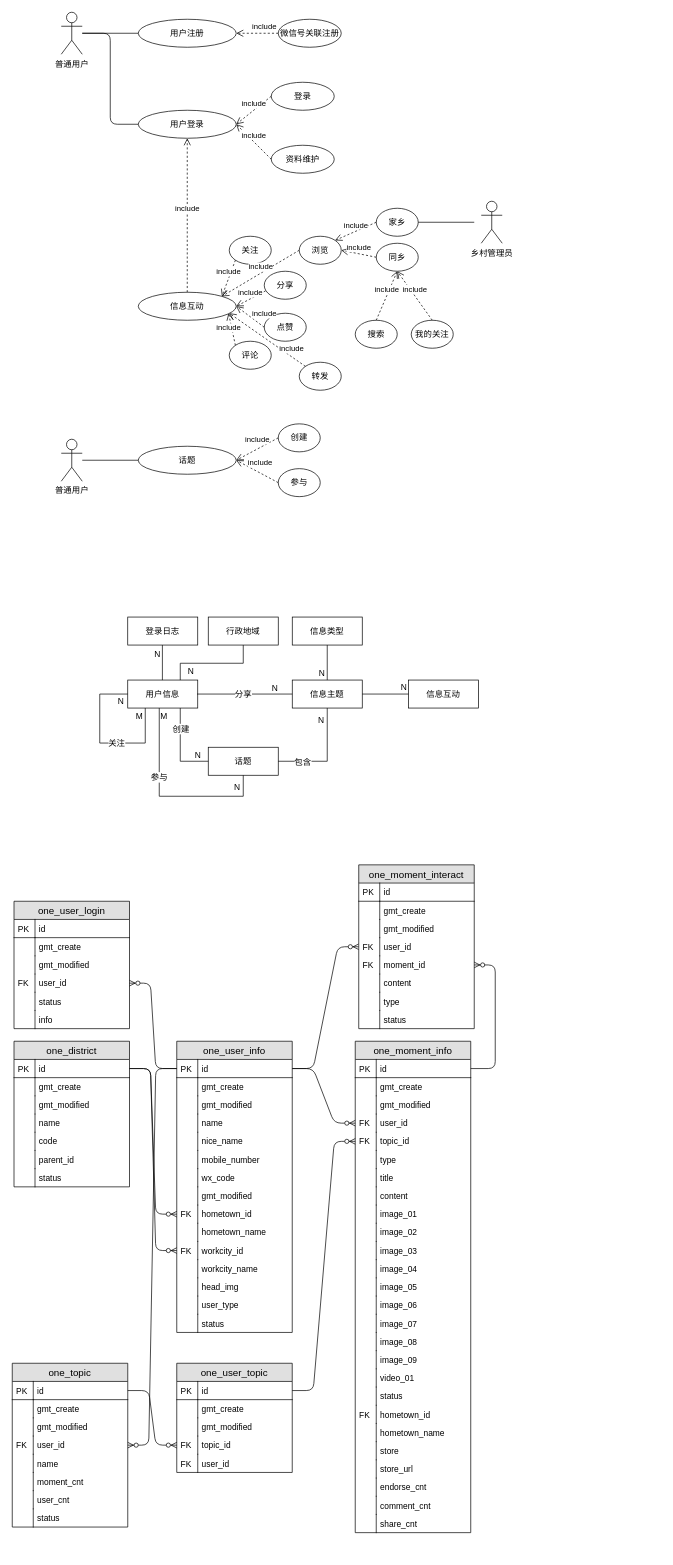
Earlier version of the draw.io diagram 未命名绘图.drawio (trey03/draw). Source tidied: cells renumbered, new cells numbered last; positions are measured from the earlier drawing's top-left corner, leaving out a move shared by most shapes. Both pictures are drawn from the tidied source at 70%, with x=0, y=0 at pixel (12, 12).
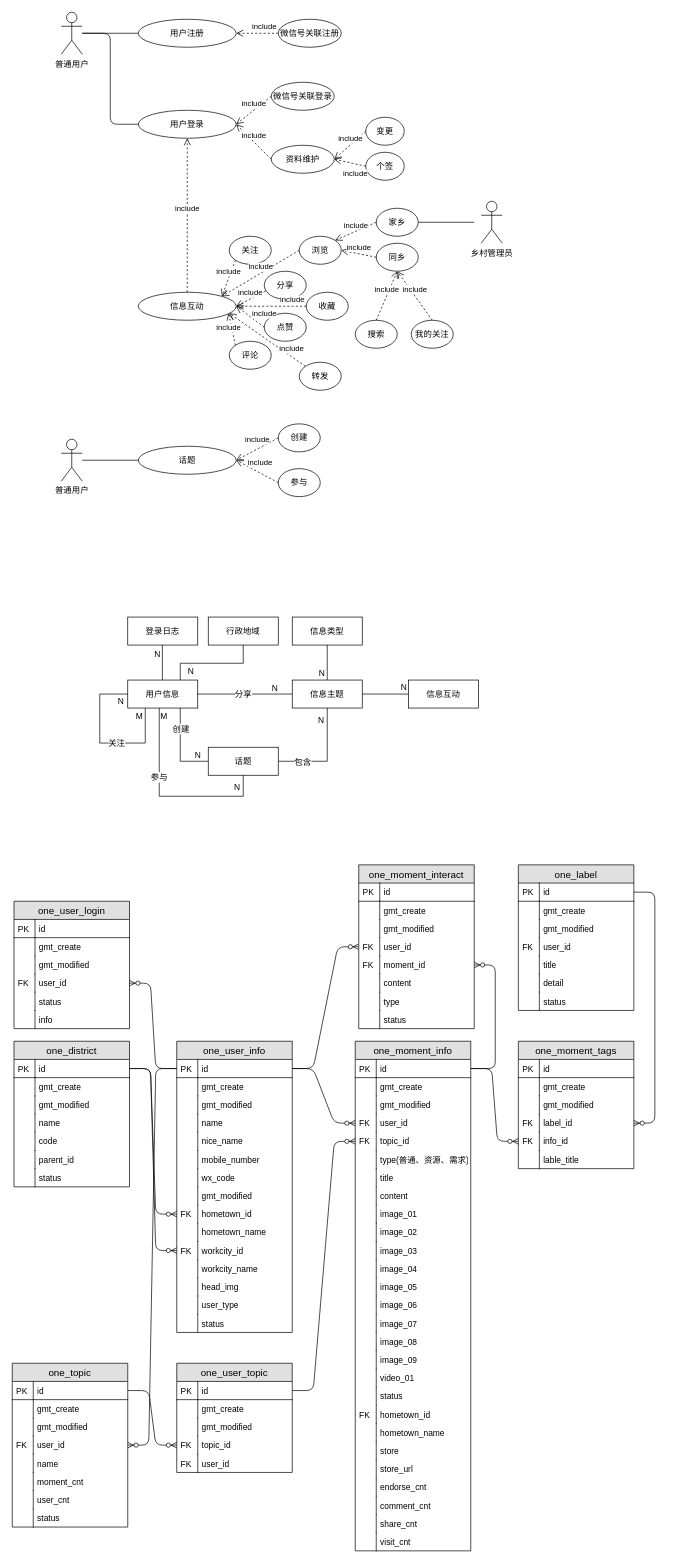
The same page after the edit.

Commit message:
更新未命名绘图.drawio

The change refers to these unchanged cells:
```xml
<mxCell id="11" value="信息互动" style="ellipse;whiteSpace=wrap;html=1;" parent="1" vertex="1">
  <mxGeometry x="180" y="400" width="140" height="40" as="geometry" />
</mxCell>
<mxCell id="30" value="资料维护" style="ellipse;whiteSpace=wrap;html=1;" parent="1" vertex="1">
  <mxGeometry x="370" y="190" width="90" height="40" as="geometry" />
</mxCell>
<mxCell id="142" value="id" style="shape=partialRectangle;top=0;left=0;right=0;bottom=1;align=left;verticalAlign=top;fillColor=none;spacingLeft=34;spacingRight=4;overflow=hidden;points=[[0,0.5],[1,0.5]];portConstraint=eastwest;fontSize=12;" parent="141" vertex="1">
  <mxGeometry y="26" width="165" height="26" as="geometry" />
</mxCell>
```

The edit, as a diff of the source:
```diff
@@
-    <mxCell id="32" value="登录" style="ellipse;whiteSpace=wrap;html=1;" parent="1" vertex="1">
+    <mxCell id="32" value="微信号关联登录" style="ellipse;whiteSpace=wrap;html=1;" parent="1" vertex="1">
       <mxGeometry x="370" y="100" width="90" height="40" as="geometry" />
     </mxCell>
@@
     <mxCell id="141" value="one_moment_info" style="swimlane;fontStyle=0;horizontal=1;startSize=26;fillColor=#e0e0e0;swimlaneFillColor=#ffffff;align=center;fontSize=14;" parent="1" vertex="1">
-      <mxGeometry x="490" y="1470" width="165" height="702" as="geometry" />
+      <mxGeometry x="490" y="1470" width="165" height="728" as="geometry" />
     </mxCell>
@@
-    <mxCell id="152" value="type" style="shape=partialRectangle;top=0;left=0;right=0;bottom=0;align=left;verticalAlign=top;fillColor=none;spacingLeft=34;spacingRight=4;overflow=hidden;fontSize=12;" parent="141" vertex="1">
+    <mxCell id="152" value="type(普通、资源、需求)" style="shape=partialRectangle;top=0;left=0;right=0;bottom=0;align=left;verticalAlign=top;fillColor=none;spacingLeft=34;spacingRight=4;overflow=hidden;fontSize=12;" parent="141" vertex="1">
       <mxGeometry y="156" width="165" height="26" as="geometry" />
     </mxCell>
@@
+    <mxCell id="244" value="share_cnt" style="shape=partialRectangle;top=0;left=0;right=0;bottom=0;align=left;verticalAlign=top;fillColor=none;spacingLeft=34;spacingRight=4;overflow=hidden;fontSize=12;" parent="141" vertex="1">
+      <mxGeometry y="676" width="165" height="26" as="geometry" />
+    </mxCell>
+    <mxCell id="245" style="shape=partialRectangle;top=0;left=0;bottom=0;fillColor=none;align=left;verticalAlign=top;spacingLeft=4;spacingRight=4;overflow=hidden;fontSize=12;" parent="244" vertex="1">
+      <mxGeometry width="30" height="26" as="geometry" />
+    </mxCell>
-    <mxCell id="192" value="share_cnt" style="shape=partialRectangle;top=0;left=0;right=0;bottom=0;align=left;verticalAlign=top;fillColor=none;spacingLeft=34;spacingRight=4;overflow=hidden;fontSize=12;" parent="141" vertex="1">
-      <mxGeometry y="676" width="165" height="26" as="geometry" />
+    <mxCell id="192" value="visit_cnt" style="shape=partialRectangle;top=0;left=0;right=0;bottom=0;align=left;verticalAlign=top;fillColor=none;spacingLeft=34;spacingRight=4;overflow=hidden;fontSize=12;" parent="141" vertex="1">
+      <mxGeometry y="702" width="165" height="26" as="geometry" />
     </mxCell>
@@
+    <mxCell id="246" value="收藏" style="ellipse;whiteSpace=wrap;html=1;" parent="1" vertex="1">
+      <mxGeometry x="420" y="400" width="60" height="40" as="geometry" />
+    </mxCell>
+    <mxCell id="247" value="include" style="html=1;verticalAlign=bottom;endArrow=open;dashed=1;endSize=8;exitX=0;exitY=0.5;exitDx=0;exitDy=0;entryX=1;entryY=0.5;entryDx=0;entryDy=0;" parent="1" edge="1" source="246" target="11">
+      <mxGeometry x="-0.6" relative="1" as="geometry" />
+    </mxCell>
+    <mxCell id="248" value="变更" style="ellipse;whiteSpace=wrap;html=1;" parent="1" vertex="1">
+      <mxGeometry x="505" y="150" width="55" height="40" as="geometry" />
+    </mxCell>
+    <mxCell id="249" value="个签" style="ellipse;whiteSpace=wrap;html=1;" parent="1" vertex="1">
+      <mxGeometry x="505" y="200" width="55" height="40" as="geometry" />
+    </mxCell>
+    <mxCell id="250" value="include" style="html=1;verticalAlign=bottom;endArrow=open;dashed=1;endSize=8;entryX=1;entryY=0.5;entryDx=0;entryDy=0;exitX=0;exitY=0.5;exitDx=0;exitDy=0;" parent="1" edge="1" source="248" target="30">
+      <mxGeometry relative="1" as="geometry" />
+    </mxCell>
+    <mxCell id="251" value="include" style="html=1;verticalAlign=bottom;endArrow=open;dashed=1;endSize=8;entryX=1;entryY=0.5;entryDx=0;entryDy=0;exitX=0;exitY=0.5;exitDx=0;exitDy=0;" parent="1" edge="1" source="249" target="30">
+      <mxGeometry x="-0.55" y="23" relative="1" as="geometry" />
+    </mxCell>
+    <mxCell id="252" value="one_label" style="swimlane;fontStyle=0;horizontal=1;startSize=26;fillColor=#e0e0e0;swimlaneFillColor=#ffffff;align=center;fontSize=14;" parent="1" vertex="1">
+      <mxGeometry x="723" y="1218" width="165" height="208" as="geometry" />
+    </mxCell>
+    <mxCell id="253" value="id" style="shape=partialRectangle;top=0;left=0;right=0;bottom=1;align=left;verticalAlign=top;fillColor=none;spacingLeft=34;spacingRight=4;overflow=hidden;points=[[0,0.5],[1,0.5]];portConstraint=eastwest;fontSize=12;" parent="252" vertex="1">
+      <mxGeometry y="26" width="165" height="26" as="geometry" />
+    </mxCell>
+    <mxCell id="254" value="PK" style="shape=partialRectangle;top=0;left=0;bottom=0;fillColor=none;align=left;verticalAlign=top;spacingLeft=4;spacingRight=4;overflow=hidden;fontSize=12;" parent="253" vertex="1">
+      <mxGeometry width="30" height="26" as="geometry" />
+    </mxCell>
+    <mxCell id="255" value="gmt_create" style="shape=partialRectangle;top=0;left=0;right=0;bottom=0;align=left;verticalAlign=top;fillColor=none;spacingLeft=34;spacingRight=4;overflow=hidden;fontSize=12;" parent="252" vertex="1">
+      <mxGeometry y="52" width="165" height="26" as="geometry" />
+    </mxCell>
+    <mxCell id="256" style="shape=partialRectangle;top=0;left=0;bottom=0;fillColor=none;align=left;verticalAlign=top;spacingLeft=4;spacingRight=4;overflow=hidden;fontSize=12;" parent="255" vertex="1">
+      <mxGeometry width="30" height="26" as="geometry" />
+    </mxCell>
+    <mxCell id="257" value="gmt_modified" style="shape=partialRectangle;top=0;left=0;right=0;bottom=0;align=left;verticalAlign=top;fillColor=none;spacingLeft=34;spacingRight=4;overflow=hidden;fontSize=12;" parent="252" vertex="1">
+      <mxGeometry y="78" width="165" height="26" as="geometry" />
+    </mxCell>
+    <mxCell id="258" style="shape=partialRectangle;top=0;left=0;bottom=0;fillColor=none;align=left;verticalAlign=top;spacingLeft=4;spacingRight=4;overflow=hidden;fontSize=12;" parent="257" vertex="1">
+      <mxGeometry width="30" height="26" as="geometry" />
+    </mxCell>
+    <mxCell id="259" value="user_id" style="shape=partialRectangle;top=0;left=0;right=0;bottom=0;align=left;verticalAlign=top;fillColor=none;spacingLeft=34;spacingRight=4;overflow=hidden;fontSize=12;" parent="252" vertex="1">
+      <mxGeometry y="104" width="165" height="26" as="geometry" />
+    </mxCell>
+    <mxCell id="260" value="FK" style="shape=partialRectangle;top=0;left=0;bottom=0;fillColor=none;align=left;verticalAlign=top;spacingLeft=4;spacingRight=4;overflow=hidden;fontSize=12;" parent="259" vertex="1">
+      <mxGeometry width="30" height="26" as="geometry" />
+    </mxCell>
+    <mxCell id="261" value="title" style="shape=partialRectangle;top=0;left=0;right=0;bottom=0;align=left;verticalAlign=top;fillColor=none;spacingLeft=34;spacingRight=4;overflow=hidden;fontSize=12;" parent="252" vertex="1">
+      <mxGeometry y="130" width="165" height="26" as="geometry" />
+    </mxCell>
+    <mxCell id="262" style="shape=partialRectangle;top=0;left=0;bottom=0;fillColor=none;align=left;verticalAlign=top;spacingLeft=4;spacingRight=4;overflow=hidden;fontSize=12;" parent="261" vertex="1">
+      <mxGeometry width="30" height="26" as="geometry" />
+    </mxCell>
+    <mxCell id="263" value="detail" style="shape=partialRectangle;top=0;left=0;right=0;bottom=0;align=left;verticalAlign=top;fillColor=none;spacingLeft=34;spacingRight=4;overflow=hidden;fontSize=12;" parent="252" vertex="1">
+      <mxGeometry y="156" width="165" height="26" as="geometry" />
+    </mxCell>
+    <mxCell id="264" style="shape=partialRectangle;top=0;left=0;bottom=0;fillColor=none;align=left;verticalAlign=top;spacingLeft=4;spacingRight=4;overflow=hidden;fontSize=12;" parent="263" vertex="1">
+      <mxGeometry width="30" height="26" as="geometry" />
+    </mxCell>
+    <mxCell id="265" value="status" style="shape=partialRectangle;top=0;left=0;right=0;bottom=0;align=left;verticalAlign=top;fillColor=none;spacingLeft=34;spacingRight=4;overflow=hidden;fontSize=12;" parent="252" vertex="1">
+      <mxGeometry y="182" width="165" height="26" as="geometry" />
+    </mxCell>
+    <mxCell id="266" style="shape=partialRectangle;top=0;left=0;bottom=0;fillColor=none;align=left;verticalAlign=top;spacingLeft=4;spacingRight=4;overflow=hidden;fontSize=12;" parent="265" vertex="1">
+      <mxGeometry width="30" height="26" as="geometry" />
+    </mxCell>
+    <mxCell id="267" value="one_moment_tags" style="swimlane;fontStyle=0;horizontal=1;startSize=26;fillColor=#e0e0e0;swimlaneFillColor=#ffffff;align=center;fontSize=14;" parent="1" vertex="1">
+      <mxGeometry x="723" y="1470" width="165" height="182" as="geometry" />
+    </mxCell>
+    <mxCell id="268" value="id" style="shape=partialRectangle;top=0;left=0;right=0;bottom=1;align=left;verticalAlign=top;fillColor=none;spacingLeft=34;spacingRight=4;overflow=hidden;fontSize=12;" parent="267" vertex="1">
+      <mxGeometry y="26" width="165" height="26" as="geometry" />
+    </mxCell>
+    <mxCell id="269" value="PK" style="shape=partialRectangle;top=0;left=0;bottom=0;fillColor=none;align=left;verticalAlign=top;spacingLeft=4;spacingRight=4;overflow=hidden;fontSize=12;" parent="268" vertex="1">
+      <mxGeometry width="30" height="26" as="geometry" />
+    </mxCell>
+    <mxCell id="270" value="gmt_create" style="shape=partialRectangle;top=0;left=0;right=0;bottom=0;align=left;verticalAlign=top;fillColor=none;spacingLeft=34;spacingRight=4;overflow=hidden;fontSize=12;" parent="267" vertex="1">
+      <mxGeometry y="52" width="165" height="26" as="geometry" />
+    </mxCell>
+    <mxCell id="271" style="shape=partialRectangle;top=0;left=0;bottom=0;fillColor=none;align=left;verticalAlign=top;spacingLeft=4;spacingRight=4;overflow=hidden;fontSize=12;" parent="270" vertex="1">
+      <mxGeometry width="30" height="26" as="geometry" />
+    </mxCell>
+    <mxCell id="272" value="gmt_modified" style="shape=partialRectangle;top=0;left=0;right=0;bottom=0;align=left;verticalAlign=top;fillColor=none;spacingLeft=34;spacingRight=4;overflow=hidden;fontSize=12;" parent="267" vertex="1">
+      <mxGeometry y="78" width="165" height="26" as="geometry" />
+    </mxCell>
+    <mxCell id="273" style="shape=partialRectangle;top=0;left=0;bottom=0;fillColor=none;align=left;verticalAlign=top;spacingLeft=4;spacingRight=4;overflow=hidden;fontSize=12;" parent="272" vertex="1">
+      <mxGeometry width="30" height="26" as="geometry" />
+    </mxCell>
+    <mxCell id="274" value="label_id" style="shape=partialRectangle;top=0;left=0;right=0;bottom=0;align=left;verticalAlign=top;fillColor=none;spacingLeft=34;spacingRight=4;overflow=hidden;points=[[0,0.5],[1,0.5]];portConstraint=eastwest;fontSize=12;" parent="267" vertex="1">
+      <mxGeometry y="104" width="165" height="26" as="geometry" />
+    </mxCell>
+    <mxCell id="275" value="FK" style="shape=partialRectangle;top=0;left=0;bottom=0;fillColor=none;align=left;verticalAlign=top;spacingLeft=4;spacingRight=4;overflow=hidden;fontSize=12;" parent="274" vertex="1">
+      <mxGeometry width="30" height="26" as="geometry" />
+    </mxCell>
+    <mxCell id="276" value="info_id" style="shape=partialRectangle;top=0;left=0;right=0;bottom=0;align=left;verticalAlign=top;fillColor=none;spacingLeft=34;spacingRight=4;overflow=hidden;points=[[0,0.5],[1,0.5]];portConstraint=eastwest;fontSize=12;" parent="267" vertex="1">
+      <mxGeometry y="130" width="165" height="26" as="geometry" />
+    </mxCell>
+    <mxCell id="277" value="FK" style="shape=partialRectangle;top=0;left=0;bottom=0;fillColor=none;align=left;verticalAlign=top;spacingLeft=4;spacingRight=4;overflow=hidden;fontSize=12;" parent="276" vertex="1">
+      <mxGeometry width="30" height="26" as="geometry" />
+    </mxCell>
+    <mxCell id="278" value="lable_title" style="shape=partialRectangle;top=0;left=0;right=0;bottom=0;align=left;verticalAlign=top;fillColor=none;spacingLeft=34;spacingRight=4;overflow=hidden;fontSize=12;" parent="267" vertex="1">
+      <mxGeometry y="156" width="165" height="26" as="geometry" />
+    </mxCell>
+    <mxCell id="279" style="shape=partialRectangle;top=0;left=0;bottom=0;fillColor=none;align=left;verticalAlign=top;spacingLeft=4;spacingRight=4;overflow=hidden;fontSize=12;" parent="278" vertex="1">
+      <mxGeometry width="30" height="26" as="geometry" />
+    </mxCell>
+    <mxCell id="280" style="edgeStyle=entityRelationEdgeStyle;fontSize=12;html=1;endArrow=ERzeroToMany;endFill=1;exitX=1;exitY=0.5;exitDx=0;exitDy=0;" parent="1" edge="1" source="142" target="276">
+      <mxGeometry relative="1" as="geometry" />
+    </mxCell>
+    <mxCell id="281" style="edgeStyle=entityRelationEdgeStyle;fontSize=12;html=1;endArrow=ERzeroToMany;endFill=1;" parent="1" edge="1" source="253" target="274">
+      <mxGeometry relative="1" as="geometry" />
+    </mxCell>
```
